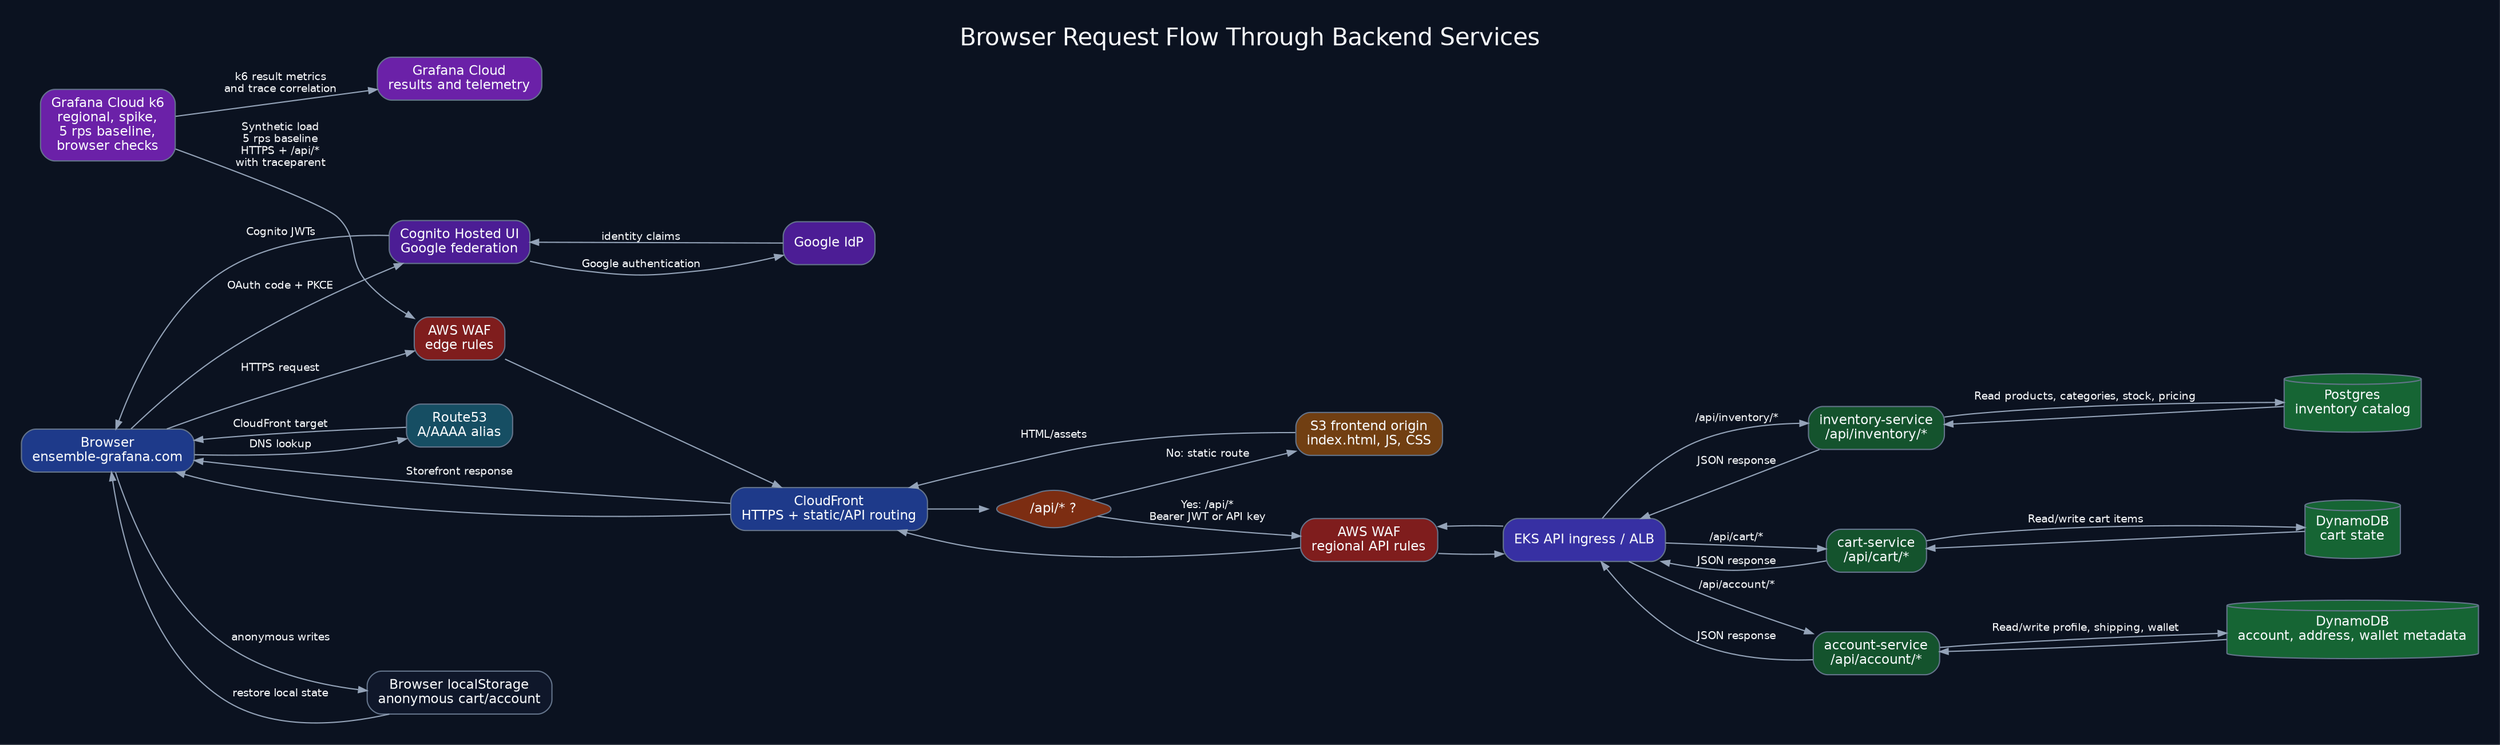
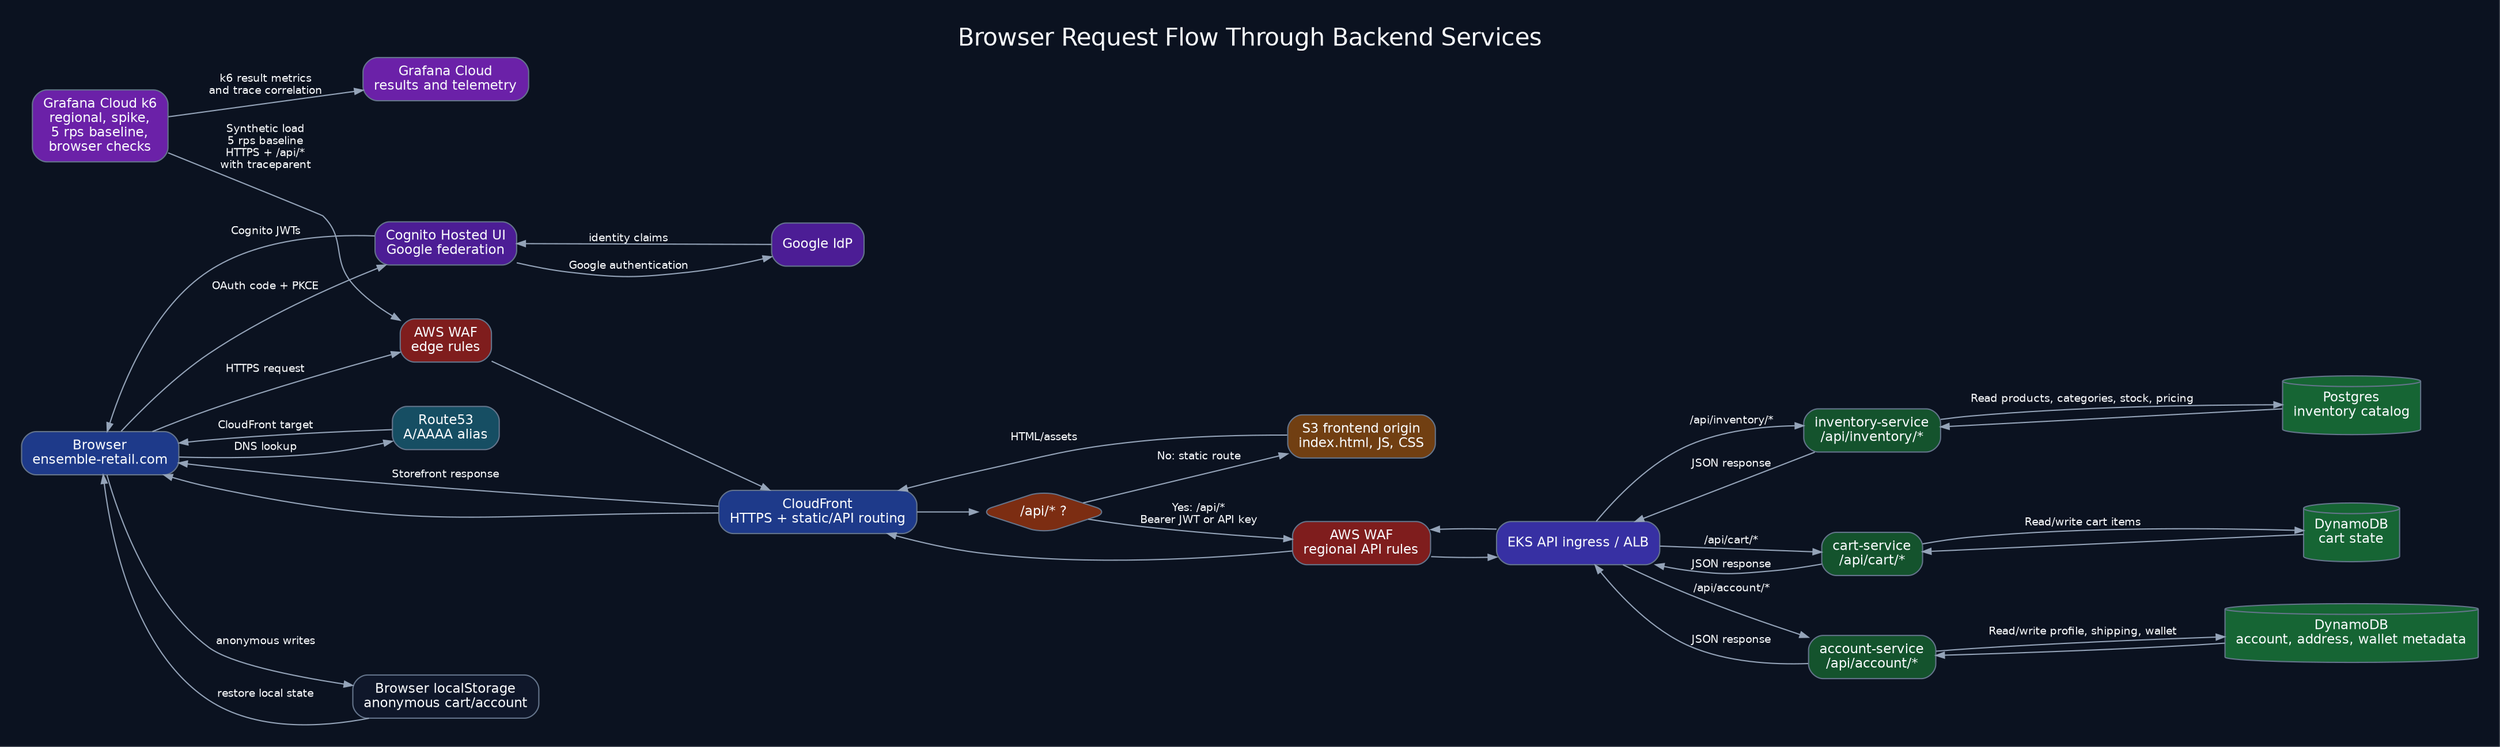
digraph request_flow_diagram {
  rankdir=LR;
  label="Browser Request Flow Through Backend Services";

  graph [
    fontname="Helvetica",
    fontsize=20,
    labelloc=t,
    bgcolor="#0b1220",
    fontcolor="#f8fafc",
    pad=0.25,
    nodesep=0.45,
    ranksep=0.7
  ];
  node [
    shape=box,
    style="rounded,filled",
    fontname="Helvetica",
    fontsize=11,
    color="#64748b",
    fillcolor="#111827",
    fontcolor="#f8fafc",
    margin="0.12,0.08"
  ];
  edge [
    fontname="Helvetica",
    fontsize=9,
    color="#94a3b8",
    fontcolor="#f8fafc",
    arrowsize=0.7
  ];


-   browser [label="Browser\nensemble-grafana.com", fillcolor="#1e3a8a"];
+   browser [label="Browser\nensemble-retail.com", fillcolor="#1e3a8a"];
  dns [label="Route53\nA/AAAA alias", fillcolor="#164e63"];
  wafEdge [label="AWS WAF\nedge rules", fillcolor="#7f1d1d"];
  cf [label="CloudFront\nHTTPS + static/API routing", fillcolor="#1e3a8a"];
  apiPath [label="/api/* ?", shape=diamond, fillcolor="#7c2d12"];
  s3 [label="S3 frontend origin\nindex.html, JS, CSS", fillcolor="#713f12"];
  cognito [label="Cognito Hosted UI\nGoogle federation", fillcolor="#4c1d95"];
  google [label="Google IdP", fillcolor="#4c1d95"];
  localState [label="Browser localStorage\nanonymous cart/account", fillcolor="#0f172a"];
  apiWaf [label="AWS WAF\nregional API rules", fillcolor="#7f1d1d"];
  ingress [label="EKS API ingress / ALB", fillcolor="#3730a3"];
  k6 [label="Grafana Cloud k6\nregional, spike,\n5 rps baseline,\nbrowser checks", fillcolor="#6b21a8"];
  grafana [label="Grafana Cloud\nresults and telemetry", fillcolor="#6b21a8"];

  inventory [label="inventory-service\n/api/inventory/*", fillcolor="#14532d"];
  cart [label="cart-service\n/api/cart/*", fillcolor="#14532d"];
  account [label="account-service\n/api/account/*", fillcolor="#14532d"];
  postgres [label="Postgres\ninventory catalog", shape=cylinder, fillcolor="#166534"];
  dynamoCart [label="DynamoDB\ncart state", shape=cylinder, fillcolor="#166534"];
  dynamoAccount [label="DynamoDB\naccount, address, wallet metadata", shape=cylinder, fillcolor="#166534"];

  browser -> dns [label="DNS lookup"];
  dns -> browser [label="CloudFront target"];
  browser -> wafEdge [label="HTTPS request"];
  browser -> cognito [label="OAuth code + PKCE"];
  cognito -> google [label="Google authentication"];
  google -> cognito [label="identity claims"];
  cognito -> browser [label="Cognito JWTs"];
  browser -> localState [label="anonymous writes"];
  localState -> browser [label="restore local state"];
  k6 -> wafEdge [label="Synthetic load\n5 rps baseline\nHTTPS + /api/*\nwith traceparent"];
  wafEdge -> cf;
  cf -> apiPath;
  apiPath -> s3 [label="No: static route"];
  s3 -> cf [label="HTML/assets"];
  cf -> browser [label="Storefront response"];

  apiPath -> apiWaf [label="Yes: /api/*\nBearer JWT or API key"];
  apiWaf -> ingress;
  ingress -> inventory [label="/api/inventory/*"];
  ingress -> cart [label="/api/cart/*"];
  ingress -> account [label="/api/account/*"];
  inventory -> postgres [label="Read products, categories, stock, pricing"];
  postgres -> inventory;
  cart -> dynamoCart [label="Read/write cart items"];
  dynamoCart -> cart;
  account -> dynamoAccount [label="Read/write profile, shipping, wallet"];
  dynamoAccount -> account;
  inventory -> ingress [label="JSON response"];
  cart -> ingress [label="JSON response"];
  account -> ingress [label="JSON response"];
  ingress -> apiWaf -> cf -> browser;
  k6 -> grafana [label="k6 result metrics\nand trace correlation"];
}
